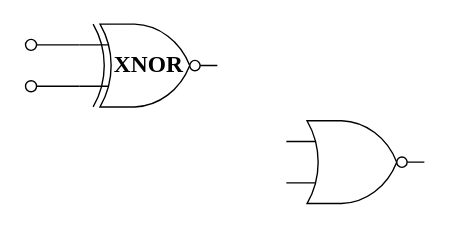
Before: ready.drawio in w1213ph/draw.io, a draw.io diagram. Source tidied: cells renumbered, new cells numbered last; positions are measured from the earlier drawing's top-left corner, leaving out a move shared by most shapes. Both pictures are drawn from the tidied source at 138%, with x=0, y=0 at pixel (23, 23).
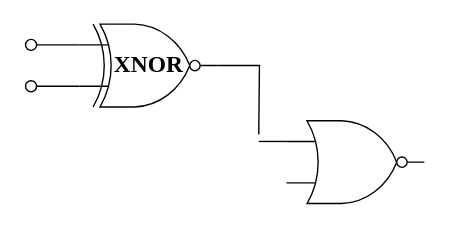
The same diagram, later.

The edit, as a diff of the source:
```diff
@@
 <mxGraphModel>
   <root>
     <mxCell id="0" />
     <mxCell id="1" parent="0" />
     <mxCell id="2" style="verticalLabelPosition=bottom;shadow=0;dashed=0;align=center;html=1;verticalAlign=top;shape=mxgraph.electrical.logic_gates.inverting_contact;" parent="1" vertex="1">
       <mxGeometry y="10" width="10" height="10" as="geometry" />
     </mxCell>
+    <mxCell id="9" style="edgeStyle=orthogonalEdgeStyle;rounded=0;jettySize=auto;html=1;exitX=1;exitY=0.5;exitDx=0;exitDy=0;exitPerimeter=0;endArrow=none;endFill=0;" parent="1" edge="1" source="3">
+      <mxGeometry relative="1" as="geometry">
+        <mxPoint x="170" y="80" as="targetPoint" />
+      </mxGeometry>
+    </mxCell>
     <mxCell id="3" style="verticalLabelPosition=bottom;shadow=0;dashed=0;align=center;html=1;verticalAlign=top;shape=mxgraph.electrical.logic_gates.logic_gate;operation=xor;negating=1;negSize=0.15;" parent="1" vertex="1">
       <mxGeometry x="40" width="100" height="60" as="geometry" />
     </mxCell>
     <mxCell id="4" style="verticalLabelPosition=bottom;shadow=0;dashed=0;align=center;html=1;verticalAlign=top;shape=mxgraph.electrical.logic_gates.logic_gate;operation=or;negating=1;negSize=0.15;" parent="1" vertex="1">
       <mxGeometry x="190" y="70" width="100" height="60" as="geometry" />
     </mxCell>
     <mxCell id="5" value="XNOR" style="text;html=1;align=center;verticalAlign=middle;strokeColor=none;fillColor=none;fontFamily=Times New Roman;fontSize=17;fontStyle=1;" parent="1" vertex="1">
       <mxGeometry x="55" y="15" width="70" height="30" as="geometry" />
     </mxCell>
     <mxCell id="6" style="verticalLabelPosition=bottom;shadow=0;dashed=0;align=center;html=1;verticalAlign=top;shape=mxgraph.electrical.logic_gates.inverting_contact;" parent="1" vertex="1">
       <mxGeometry y="40" width="10" height="10" as="geometry" />
     </mxCell>
     <mxCell id="7" style="edgeStyle=orthogonalEdgeStyle;rounded=0;jettySize=auto;html=1;exitX=0;exitY=0.25;exitDx=0;exitDy=0;exitPerimeter=0;entryX=0.9;entryY=0.5;entryDx=0;entryDy=0;entryPerimeter=0;endArrow=none;endFill=0;" parent="1" edge="1" source="3" target="2">
       <mxGeometry relative="1" as="geometry" />
     </mxCell>
     <mxCell id="8" style="edgeStyle=orthogonalEdgeStyle;rounded=0;jettySize=auto;html=1;exitX=0;exitY=0.75;exitDx=0;exitDy=0;exitPerimeter=0;entryX=0.9;entryY=0.5;entryDx=0;entryDy=0;entryPerimeter=0;endArrow=none;endFill=0;" parent="1" edge="1" source="3" target="6">
       <mxGeometry relative="1" as="geometry" />
     </mxCell>
+    <mxCell id="10" style="endArrow=none;html=1;rounded=0;entryX=0;entryY=0.25;entryDx=0;entryDy=0;entryPerimeter=0;" parent="1" edge="1" target="4">
+      <mxGeometry relative="1" as="geometry">
+        <mxPoint x="170" y="85" as="sourcePoint" />
+      </mxGeometry>
+    </mxCell>
   </root>
 </mxGraphModel>
```
